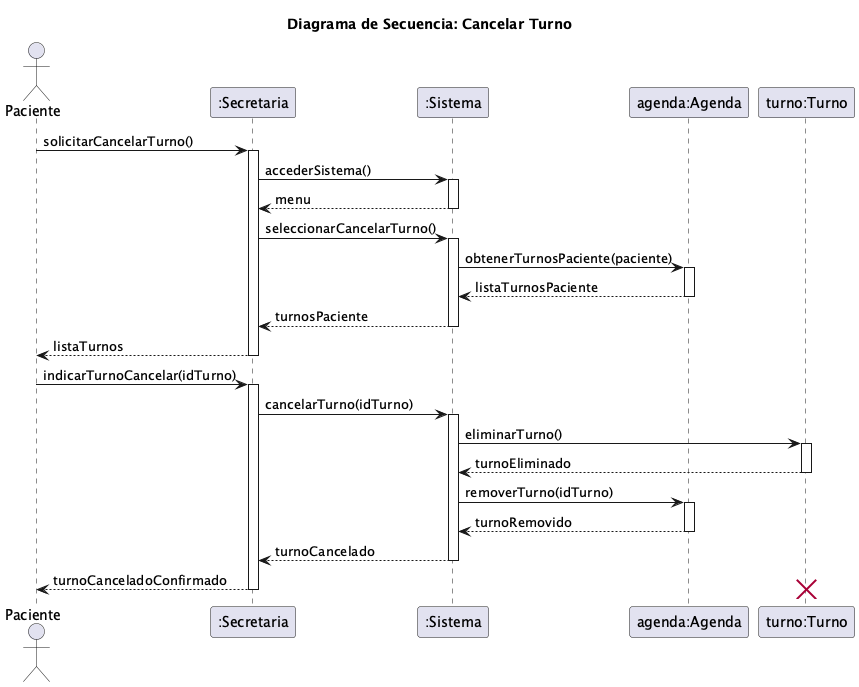
Earlier version of the PlantUML export diagramas/05-diagramas-secuencia/05-secuencia-cancelar-turno-cancelar-turno-02.png (FacundoGuiraldes/SistemaTurnosMedicos).
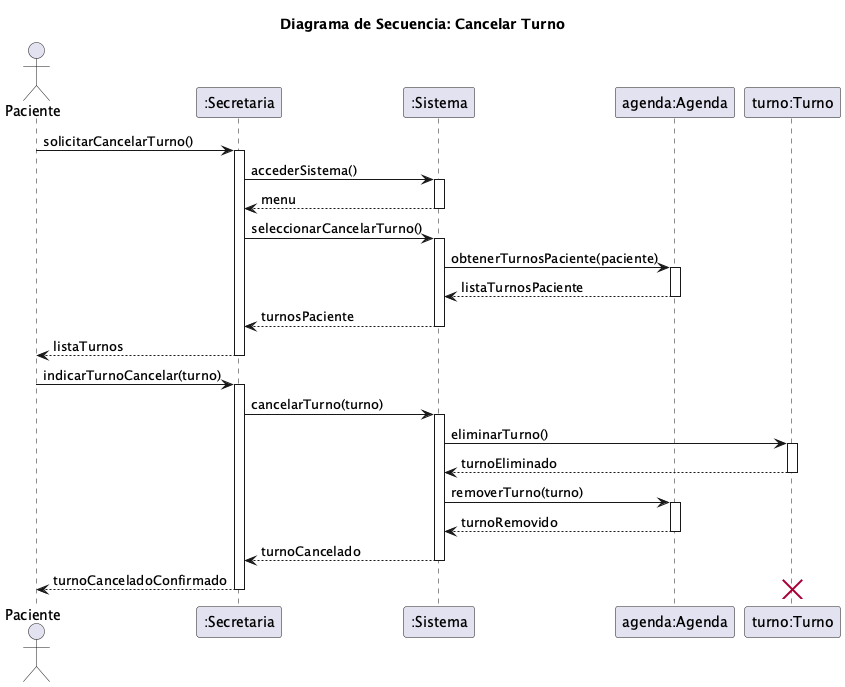
Above is the later version.

Commit message:
fix(diagramas): alinear mensajes de secuencia con abstracción UML (RCN5-9)

Change to the diagram source:
```diff
@@ -24,15 +24,15 @@
 secretaria --> Paciente: listaTurnos
 deactivate secretaria
 
-Paciente -> secretaria: indicarTurnoCancelar(idTurno)
+Paciente -> secretaria: indicarTurnoCancelar(turno)
 activate secretaria
-secretaria -> sistema: cancelarTurno(idTurno)
+secretaria -> sistema: cancelarTurno(turno)
 activate sistema
 sistema -> turno: eliminarTurno()
 activate turno
 turno --> sistema: turnoEliminado
 deactivate turno
-sistema -> agenda: removerTurno(idTurno)
+sistema -> agenda: removerTurno(turno)
 activate agenda
 agenda --> sistema: turnoRemovido
 deactivate agenda
```
